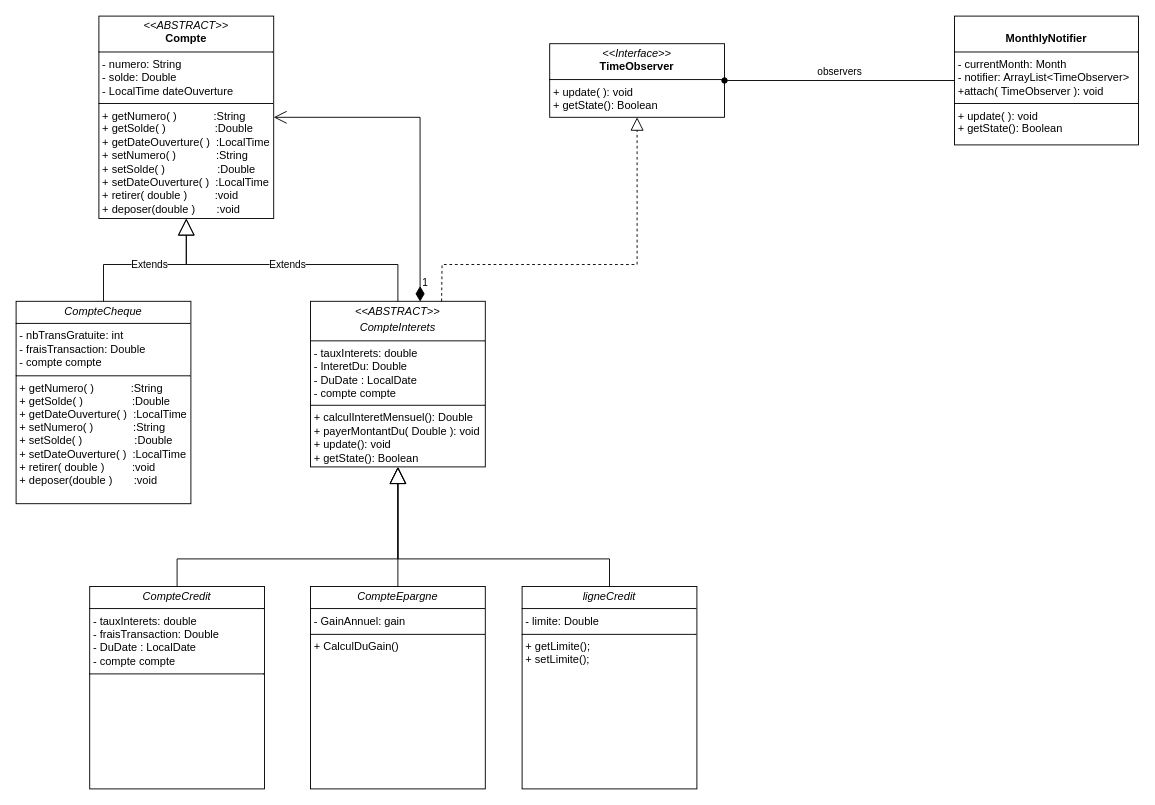
The draw.io diagram Uml/DiagrammeSequence/compte.drawio in Lililatortue/JavaClassProject, before the edit. Source tidied: cells renumbered, new cells numbered last; positions are measured from the earlier drawing's top-left corner, leaving out a move shared by most shapes. Both pictures are drawn from the tidied source at 92%, with x=0, y=0 at pixel (16, 16).
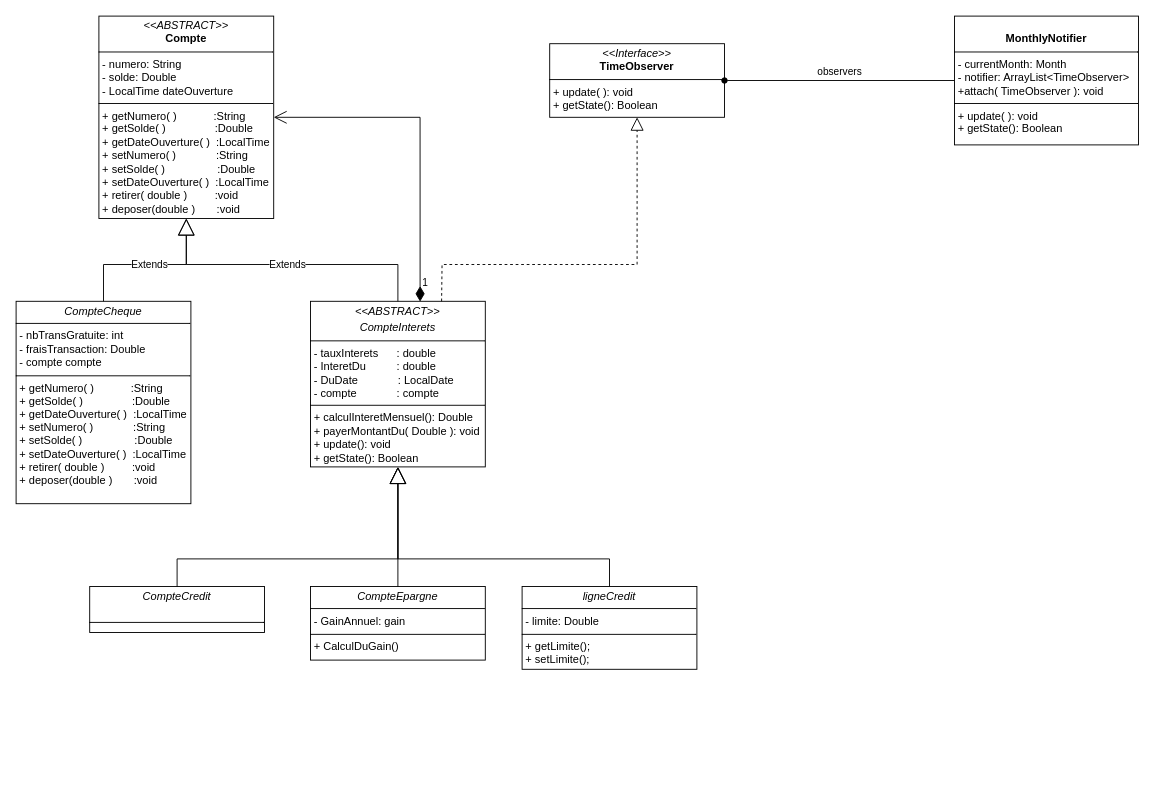
After the change.

Commit message:
Mettre à jour compte.drawio

Change to the diagram source:
```diff
@@
-    <mxCell id="5" value="&lt;p style=&quot;margin:0px;margin-top:4px;text-align:center;&quot;&gt;&lt;i&gt;&amp;lt;&amp;lt;ABSTRACT&amp;gt;&amp;gt;&lt;/i&gt;&lt;/p&gt;&lt;p style=&quot;margin:0px;margin-top:4px;text-align:center;&quot;&gt;&lt;i&gt;CompteInterets&lt;/i&gt;&lt;/p&gt;&lt;hr size=&quot;1&quot; style=&quot;border-style:solid;&quot;&gt;&lt;p style=&quot;margin:0px;margin-left:4px;&quot;&gt;- tauxInterets: double&lt;br&gt;- InteretDu: Double&lt;/p&gt;&lt;p style=&quot;margin:0px;margin-left:4px;&quot;&gt;- DuDate : LocalDate&lt;/p&gt;&lt;p style=&quot;margin:0px;margin-left:4px;&quot;&gt;- compte compte&lt;/p&gt;&lt;hr size=&quot;1&quot; style=&quot;border-style:solid;&quot;&gt;&lt;p style=&quot;margin:0px;margin-left:4px;&quot;&gt;+ calculInteretMensuel(): Double&lt;/p&gt;&lt;p style=&quot;margin:0px;margin-left:4px;&quot;&gt;+ payerMontantDu( Double ): void&lt;/p&gt;&lt;p style=&quot;margin:0px;margin-left:4px;&quot;&gt;+ update(): void&lt;/p&gt;&lt;p style=&quot;margin:0px;margin-left:4px;&quot;&gt;+ getState(): Boolean&lt;/p&gt;&lt;p style=&quot;margin:0px;margin-left:4px;&quot;&gt;&lt;br&gt;&lt;/p&gt;" style="verticalAlign=top;align=left;overflow=fill;html=1;whiteSpace=wrap;" parent="1" vertex="1">
+    <mxCell id="5" value="&lt;p style=&quot;margin:0px;margin-top:4px;text-align:center;&quot;&gt;&lt;i&gt;&amp;lt;&amp;lt;ABSTRACT&amp;gt;&amp;gt;&lt;/i&gt;&lt;/p&gt;&lt;p style=&quot;margin:0px;margin-top:4px;text-align:center;&quot;&gt;&lt;i&gt;CompteInterets&lt;/i&gt;&lt;/p&gt;&lt;hr size=&quot;1&quot; style=&quot;border-style:solid;&quot;&gt;&lt;p style=&quot;margin:0px;margin-left:4px;&quot;&gt;- tauxInterets&amp;nbsp; &amp;nbsp; &amp;nbsp; : double&lt;br&gt;- InteretDu&amp;nbsp; &amp;nbsp; &amp;nbsp; &amp;nbsp; &amp;nbsp; : double&lt;/p&gt;&lt;p style=&quot;margin:0px;margin-left:4px;&quot;&gt;- DuDate&amp;nbsp; &amp;nbsp; &amp;nbsp; &amp;nbsp; &amp;nbsp; &amp;nbsp; &amp;nbsp;: LocalDate&lt;/p&gt;&lt;p style=&quot;margin:0px;margin-left:4px;&quot;&gt;- compte&amp;nbsp; &amp;nbsp; &amp;nbsp; &amp;nbsp; &amp;nbsp; &amp;nbsp; &amp;nbsp;: compte&lt;/p&gt;&lt;hr size=&quot;1&quot; style=&quot;border-style:solid;&quot;&gt;&lt;p style=&quot;margin:0px;margin-left:4px;&quot;&gt;+ calculInteretMensuel(): Double&lt;/p&gt;&lt;p style=&quot;margin:0px;margin-left:4px;&quot;&gt;+ payerMontantDu( Double ): void&lt;/p&gt;&lt;p style=&quot;margin:0px;margin-left:4px;&quot;&gt;+ update(): void&lt;/p&gt;&lt;p style=&quot;margin:0px;margin-left:4px;&quot;&gt;+ getState(): Boolean&lt;/p&gt;&lt;p style=&quot;margin:0px;margin-left:4px;&quot;&gt;&lt;br&gt;&lt;/p&gt;" style="verticalAlign=top;align=left;overflow=fill;html=1;whiteSpace=wrap;" parent="1" vertex="1">
       <mxGeometry x="320" y="310" width="190" height="180" as="geometry" />
     </mxCell>
@@
     <mxCell id="8" value="&lt;p style=&quot;margin:0px;margin-top:4px;text-align:center;&quot;&gt;&lt;i&gt;ligneCredit&lt;/i&gt;&lt;/p&gt;&lt;hr size=&quot;1&quot; style=&quot;border-style:solid;&quot;&gt;&lt;p style=&quot;margin:0px;margin-left:4px;&quot;&gt;- limite: Double&lt;/p&gt;&lt;hr size=&quot;1&quot; style=&quot;border-style:solid;&quot;&gt;&lt;p style=&quot;margin:0px;margin-left:4px;&quot;&gt;+ getLimite();&lt;/p&gt;&lt;p style=&quot;margin:0px;margin-left:4px;&quot;&gt;+ setLimite();&lt;/p&gt;&lt;p style=&quot;margin:0px;margin-left:4px;&quot;&gt;&lt;br&gt;&lt;/p&gt;&lt;p style=&quot;margin:0px;margin-left:4px;&quot;&gt;&lt;br&gt;&lt;/p&gt;" style="verticalAlign=top;align=left;overflow=fill;html=1;whiteSpace=wrap;" parent="1" vertex="1">
-      <mxGeometry x="550" y="620" width="190" height="220" as="geometry" />
+      <mxGeometry x="550" y="620" width="190" height="90" as="geometry" />
     </mxCell>
     <mxCell id="9" value="&lt;p style=&quot;margin:0px;margin-top:4px;text-align:center;&quot;&gt;&lt;i&gt;CompteEpargne&lt;/i&gt;&lt;/p&gt;&lt;hr size=&quot;1&quot; style=&quot;border-style:solid;&quot;&gt;&lt;p style=&quot;margin:0px;margin-left:4px;&quot;&gt;- GainAnnuel: gain&lt;/p&gt;&lt;hr size=&quot;1&quot; style=&quot;border-style:solid;&quot;&gt;&lt;p style=&quot;margin:0px;margin-left:4px;&quot;&gt;+ CalculDuGain()&lt;/p&gt;&lt;p style=&quot;margin:0px;margin-left:4px;&quot;&gt;&lt;br&gt;&lt;/p&gt;&lt;p style=&quot;margin:0px;margin-left:4px;&quot;&gt;&lt;br&gt;&lt;/p&gt;" style="verticalAlign=top;align=left;overflow=fill;html=1;whiteSpace=wrap;" parent="1" vertex="1">
-      <mxGeometry x="320" y="620" width="190" height="220" as="geometry" />
+      <mxGeometry x="320" y="620" width="190" height="80" as="geometry" />
     </mxCell>
-    <mxCell id="10" value="&lt;p style=&quot;margin:0px;margin-top:4px;text-align:center;&quot;&gt;&lt;i&gt;CompteCredit&lt;/i&gt;&lt;/p&gt;&lt;hr size=&quot;1&quot; style=&quot;border-style:solid;&quot;&gt;&lt;p style=&quot;margin:0px;margin-left:4px;&quot;&gt;- tauxInterets: double&lt;br&gt;- fraisTransaction: Double&lt;/p&gt;&lt;p style=&quot;margin:0px;margin-left:4px;&quot;&gt;- DuDate : LocalDate&lt;/p&gt;&lt;p style=&quot;margin:0px;margin-left:4px;&quot;&gt;- compte compte&lt;/p&gt;&lt;hr size=&quot;1&quot; style=&quot;border-style:solid;&quot;&gt;&lt;p style=&quot;margin:0px;margin-left:4px;&quot;&gt;&lt;br&gt;&lt;/p&gt;&lt;p style=&quot;margin:0px;margin-left:4px;&quot;&gt;&lt;br&gt;&lt;/p&gt;&lt;p style=&quot;margin:0px;margin-left:4px;&quot;&gt;&lt;br&gt;&lt;/p&gt;" style="verticalAlign=top;align=left;overflow=fill;html=1;whiteSpace=wrap;" parent="1" vertex="1">
-      <mxGeometry x="80" y="620" width="190" height="220" as="geometry" />
+    <mxCell id="10" value="&lt;p style=&quot;margin:0px;margin-top:4px;text-align:center;&quot;&gt;&lt;i&gt;CompteCredit&lt;/i&gt;&lt;/p&gt;&lt;br&gt;&lt;hr size=&quot;1&quot; style=&quot;border-style:solid;&quot;&gt;&lt;p style=&quot;margin:0px;margin-left:4px;&quot;&gt;&lt;br&gt;&lt;/p&gt;&lt;p style=&quot;margin:0px;margin-left:4px;&quot;&gt;&lt;br&gt;&lt;/p&gt;&lt;p style=&quot;margin:0px;margin-left:4px;&quot;&gt;&lt;br&gt;&lt;/p&gt;" style="verticalAlign=top;align=left;overflow=fill;html=1;whiteSpace=wrap;" parent="1" vertex="1">
+      <mxGeometry x="80" y="620" width="190" height="50" as="geometry" />
     </mxCell>
```
